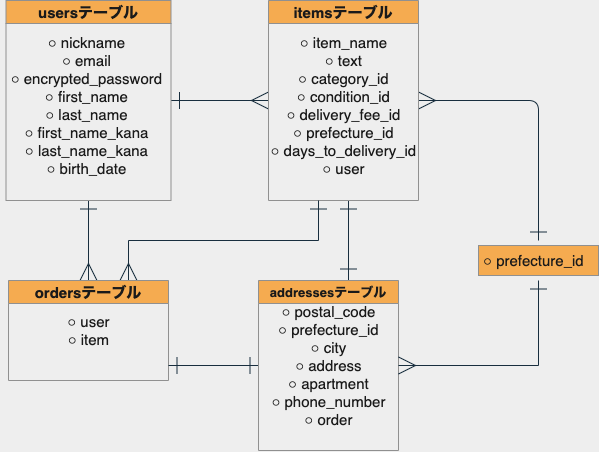
The draw.io diagram test.drawio.png in takayuki2315/furima-32625, before a commit. Source tidied: cells renumbered, new cells last; positions are measured from the earlier drawing's top-left corner, leaving out a move shared by most shapes.
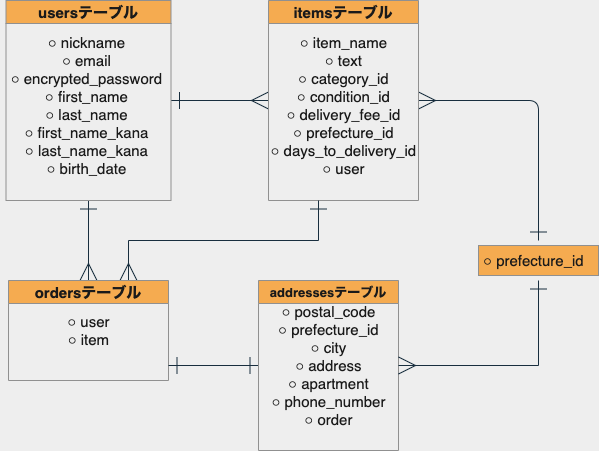
The same file after the commit.

Change to the diagram source:
```diff
@@ -21,15 +21,6 @@
     <mxCell id="6" value="○ nickname&lt;br style=&quot;font-size: 15px&quot;&gt;○ email&lt;br&gt;○ encrypted_password&lt;br style=&quot;font-size: 15px&quot;&gt;○ first_name&lt;br style=&quot;font-size: 15px&quot;&gt;○ last_name&lt;br style=&quot;font-size: 15px&quot;&gt;○ first_name_kana&lt;br style=&quot;font-size: 15px&quot;&gt;○ last_name_kana&lt;br style=&quot;font-size: 15px&quot;&gt;○ birth_date" style="text;html=1;align=center;verticalAlign=middle;fontSize=15;fontStyle=0;fontColor=#1A1A1A;" parent="5" vertex="1">
       <mxGeometry x="-5" y="30" width="170" height="150" as="geometry" />
     </mxCell>
-    <mxCell id="7" style="edgeStyle=orthogonalEdgeStyle;rounded=0;jettySize=auto;html=1;startArrow=ERone;startFill=0;startSize=15;endArrow=ERone;endFill=0;endSize=15;fontSize=15;strokeColor=#182E3E;fontColor=#1A1A1A;labelBackgroundColor=#EEEEEE;" parent="1" edge="1" source="9">
-      <mxGeometry relative="1" as="geometry">
-        <mxPoint x="348" y="260" as="targetPoint" />
-        <Array as="points">
-          <mxPoint x="348" y="280" />
-          <mxPoint x="348" y="280" />
-        </Array>
-      </mxGeometry>
-    </mxCell>
     <mxCell id="8" style="edgeStyle=orthogonalEdgeStyle;curved=0;rounded=1;sketch=0;jettySize=auto;html=1;exitX=1;exitY=0.5;exitDx=0;exitDy=0;strokeColor=#182E3E;fontColor=#1A1A1A;endArrow=ERone;endFill=0;startArrow=ERmany;startFill=0;endSize=15;startSize=15;" parent="1" edge="1" source="9">
       <mxGeometry relative="1" as="geometry">
         <mxPoint x="538" y="240" as="targetPoint" />
```
